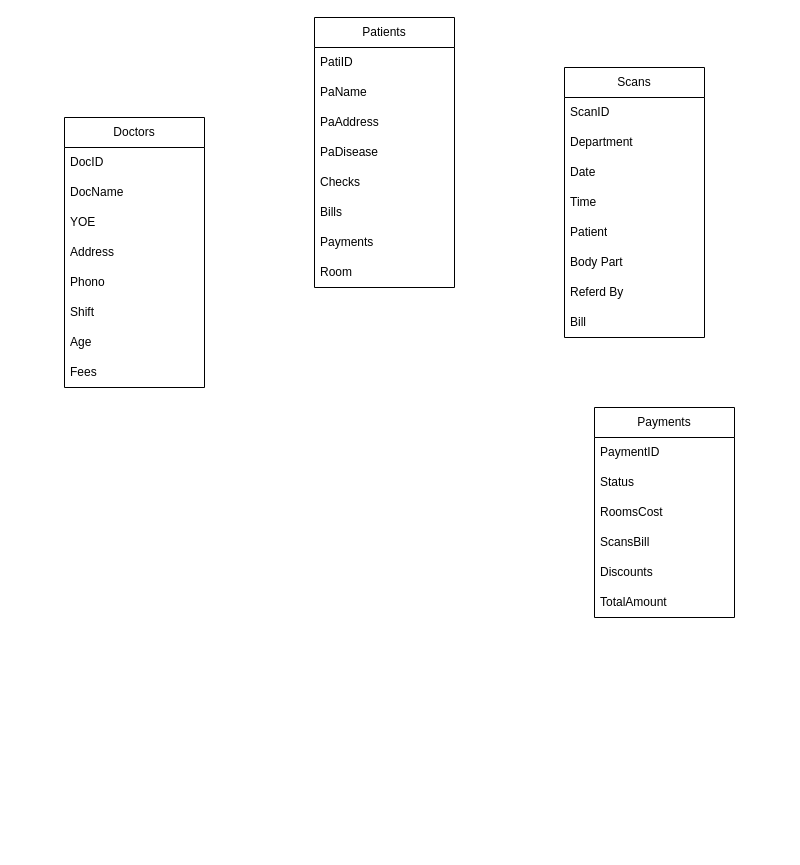
Before: Untitled Diagram.drawio in BDivya251/Test1, a draw.io diagram. Source tidied: cells renumbered, new cells numbered last; positions are measured from the earlier drawing's top-left corner, leaving out a move shared by most shapes. Both pictures are drawn from the tidied source at 100%, with x=0, y=0 at pixel (64, 17).
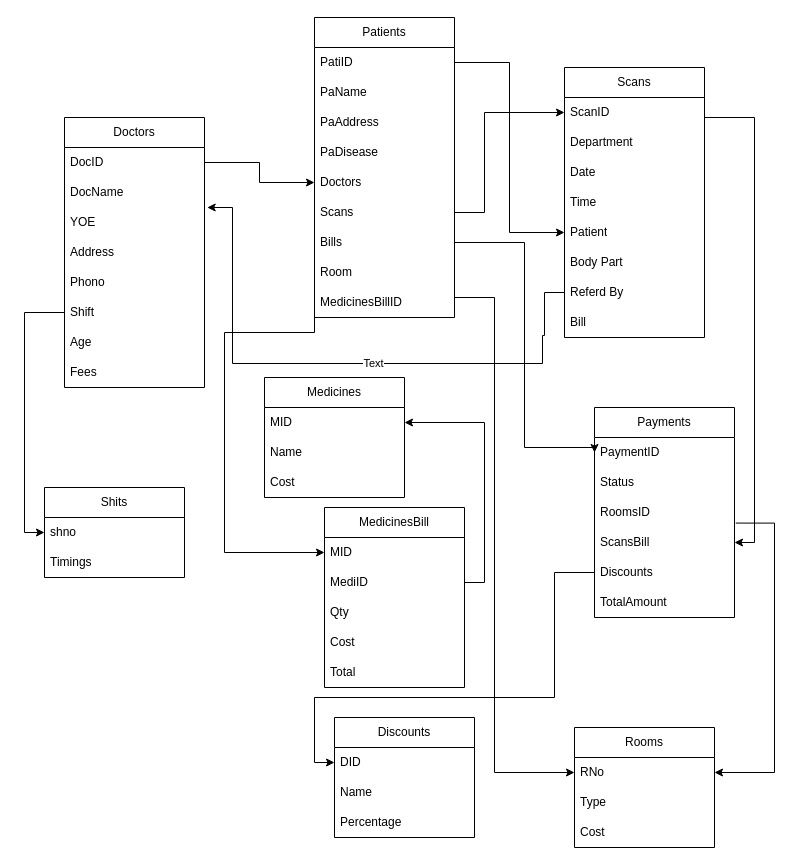
The same page after the edit.

The change refers to these unchanged cells:
```xml
<mxCell id="3" value="DocID" style="text;strokeColor=none;fillColor=none;align=left;verticalAlign=middle;spacingLeft=4;spacingRight=4;overflow=hidden;points=[[0,0.5],[1,0.5]];portConstraint=eastwest;whiteSpace=wrap;html=1;" parent="2" vertex="1">
  <mxGeometry y="30" width="140" height="30" as="geometry" />
</mxCell>
<mxCell id="8" value="Shift" style="text;strokeColor=none;fillColor=none;align=left;verticalAlign=middle;spacingLeft=4;spacingRight=4;overflow=hidden;points=[[0,0.5],[1,0.5]];portConstraint=eastwest;whiteSpace=wrap;html=1;" parent="2" vertex="1">
  <mxGeometry y="180" width="140" height="30" as="geometry" />
</mxCell>
<mxCell id="12" value="PatiID" style="text;strokeColor=none;fillColor=none;align=left;verticalAlign=middle;spacingLeft=4;spacingRight=4;overflow=hidden;points=[[0,0.5],[1,0.5]];portConstraint=eastwest;whiteSpace=wrap;html=1;" parent="11" vertex="1">
  <mxGeometry y="30" width="140" height="30" as="geometry" />
</mxCell>
<mxCell id="21" value="ScanID" style="text;strokeColor=none;fillColor=none;align=left;verticalAlign=middle;spacingLeft=4;spacingRight=4;overflow=hidden;points=[[0,0.5],[1,0.5]];portConstraint=eastwest;whiteSpace=wrap;html=1;" parent="20" vertex="1">
  <mxGeometry y="30" width="140" height="30" as="geometry" />
</mxCell>
<mxCell id="25" value="Patient" style="text;strokeColor=none;fillColor=none;align=left;verticalAlign=middle;spacingLeft=4;spacingRight=4;overflow=hidden;points=[[0,0.5],[1,0.5]];portConstraint=eastwest;whiteSpace=wrap;html=1;" parent="20" vertex="1">
  <mxGeometry y="150" width="140" height="30" as="geometry" />
</mxCell>
<mxCell id="27" value="Referd By&amp;nbsp;" style="text;strokeColor=none;fillColor=none;align=left;verticalAlign=middle;spacingLeft=4;spacingRight=4;overflow=hidden;points=[[0,0.5],[1,0.5]];portConstraint=eastwest;whiteSpace=wrap;html=1;" parent="20" vertex="1">
  <mxGeometry y="210" width="140" height="30" as="geometry" />
</mxCell>
<mxCell id="29" value="Payments" style="swimlane;fontStyle=0;horizontal=1;startSize=30;whiteSpace=wrap;html=1;" parent="1" vertex="1">
  <mxGeometry x="530" y="390" width="140" height="210" as="geometry" />
</mxCell>
<mxCell id="30" value="PaymentID" style="text;strokeColor=none;fillColor=none;align=left;verticalAlign=middle;spacingLeft=4;spacingRight=4;overflow=hidden;points=[[0,0.5],[1,0.5]];portConstraint=eastwest;whiteSpace=wrap;html=1;" parent="29" vertex="1">
  <mxGeometry y="30" width="140" height="30" as="geometry" />
</mxCell>
<mxCell id="33" value="ScansBill" style="text;strokeColor=none;fillColor=none;align=left;verticalAlign=middle;spacingLeft=4;spacingRight=4;overflow=hidden;points=[[0,0.5],[1,0.5]];portConstraint=eastwest;whiteSpace=wrap;html=1;" parent="29" vertex="1">
  <mxGeometry y="120" width="140" height="30" as="geometry" />
</mxCell>
<mxCell id="34" value="Discounts" style="text;strokeColor=none;fillColor=none;align=left;verticalAlign=middle;spacingLeft=4;spacingRight=4;overflow=hidden;points=[[0,0.5],[1,0.5]];portConstraint=eastwest;whiteSpace=wrap;html=1;" parent="29" vertex="1">
  <mxGeometry y="150" width="140" height="30" as="geometry" />
</mxCell>
```

The edit, as a diff of the source:
```diff
@@
     <mxCell id="11" value="Patients" style="swimlane;fontStyle=0;horizontal=1;startSize=30;whiteSpace=wrap;html=1;" parent="1" vertex="1">
-      <mxGeometry x="250" width="140" height="270" as="geometry" />
+      <mxGeometry x="250" width="140" height="300" as="geometry" />
     </mxCell>
@@
+    <mxCell id="36" value="Doctors" style="text;strokeColor=none;fillColor=none;align=left;verticalAlign=middle;spacingLeft=4;spacingRight=4;overflow=hidden;points=[[0,0.5],[1,0.5]];portConstraint=eastwest;whiteSpace=wrap;html=1;" parent="11" vertex="1">
+      <mxGeometry y="150" width="140" height="30" as="geometry" />
+    </mxCell>
-    <mxCell id="16" value="Checks" style="text;strokeColor=none;fillColor=none;align=left;verticalAlign=middle;spacingLeft=4;spacingRight=4;overflow=hidden;points=[[0,0.5],[1,0.5]];portConstraint=eastwest;whiteSpace=wrap;html=1;" parent="11" vertex="1">
-      <mxGeometry y="150" width="140" height="30" as="geometry" />
+    <mxCell id="16" value="Scans" style="text;strokeColor=none;fillColor=none;align=left;verticalAlign=middle;spacingLeft=4;spacingRight=4;overflow=hidden;points=[[0,0.5],[1,0.5]];portConstraint=eastwest;whiteSpace=wrap;html=1;" parent="11" vertex="1">
+      <mxGeometry y="180" width="140" height="30" as="geometry" />
     </mxCell>
     <mxCell id="17" value="Bills" style="text;strokeColor=none;fillColor=none;align=left;verticalAlign=middle;spacingLeft=4;spacingRight=4;overflow=hidden;points=[[0,0.5],[1,0.5]];portConstraint=eastwest;whiteSpace=wrap;html=1;" parent="11" vertex="1">
-      <mxGeometry y="180" width="140" height="30" as="geometry" />
+      <mxGeometry y="210" width="140" height="30" as="geometry" />
     </mxCell>
-    <mxCell id="18" value="Payments" style="text;strokeColor=none;fillColor=none;align=left;verticalAlign=middle;spacingLeft=4;spacingRight=4;overflow=hidden;whiteSpace=wrap;html=1;" parent="11" vertex="1">
-      <mxGeometry y="210" width="140" height="30" as="geometry" />
-    </mxCell>
@@
+    <mxCell id="37" value="MedicinesBillID" style="text;strokeColor=none;fillColor=none;align=left;verticalAlign=middle;spacingLeft=4;spacingRight=4;overflow=hidden;points=[[0,0.5],[1,0.5]];portConstraint=eastwest;whiteSpace=wrap;html=1;" parent="11" vertex="1">
+      <mxGeometry y="270" width="140" height="30" as="geometry" />
+    </mxCell>
@@
-    <mxCell id="32" value="RoomsCost" style="text;strokeColor=none;fillColor=none;align=left;verticalAlign=middle;spacingLeft=4;spacingRight=4;overflow=hidden;points=[[0,0.5],[1,0.5]];portConstraint=eastwest;whiteSpace=wrap;html=1;" parent="29" vertex="1">
+    <mxCell id="32" value="RoomsID" style="text;strokeColor=none;fillColor=none;align=left;verticalAlign=middle;spacingLeft=4;spacingRight=4;overflow=hidden;points=[[0,0.5],[1,0.5]];portConstraint=eastwest;whiteSpace=wrap;html=1;" parent="29" vertex="1">
       <mxGeometry y="90" width="140" height="30" as="geometry" />
     </mxCell>
@@
+    <mxCell id="38" value="Medicines" style="swimlane;fontStyle=0;horizontal=1;startSize=30;whiteSpace=wrap;html=1;" parent="1" vertex="1">
+      <mxGeometry x="200" y="360" width="140" height="120" as="geometry" />
+    </mxCell>
+    <mxCell id="39" value="MID" style="text;strokeColor=none;fillColor=none;align=left;verticalAlign=middle;spacingLeft=4;spacingRight=4;overflow=hidden;points=[[0,0.5],[1,0.5]];portConstraint=eastwest;whiteSpace=wrap;html=1;" parent="38" vertex="1">
+      <mxGeometry y="30" width="140" height="30" as="geometry" />
+    </mxCell>
+    <mxCell id="40" value="Name" style="text;strokeColor=none;fillColor=none;align=left;verticalAlign=middle;spacingLeft=4;spacingRight=4;overflow=hidden;whiteSpace=wrap;html=1;" parent="38" vertex="1">
+      <mxGeometry y="60" width="140" height="30" as="geometry" />
+    </mxCell>
+    <mxCell id="41" value="Cost" style="text;strokeColor=none;fillColor=none;align=left;verticalAlign=middle;spacingLeft=4;spacingRight=4;overflow=hidden;whiteSpace=wrap;html=1;" parent="38" vertex="1">
+      <mxGeometry y="90" width="140" height="30" as="geometry" />
+    </mxCell>
+    <mxCell id="42" value="MedicinesBill" style="swimlane;fontStyle=0;horizontal=1;startSize=30;whiteSpace=wrap;html=1;" parent="1" vertex="1">
+      <mxGeometry x="260" y="490" width="140" height="180" as="geometry" />
+    </mxCell>
+    <mxCell id="43" value="MID" style="text;strokeColor=none;fillColor=none;align=left;verticalAlign=middle;spacingLeft=4;spacingRight=4;overflow=hidden;points=[[0,0.5],[1,0.5]];portConstraint=eastwest;whiteSpace=wrap;html=1;" parent="42" vertex="1">
+      <mxGeometry y="30" width="140" height="30" as="geometry" />
+    </mxCell>
+    <mxCell id="44" value="MediID" style="text;strokeColor=none;fillColor=none;align=left;verticalAlign=middle;spacingLeft=4;spacingRight=4;overflow=hidden;points=[[0,0.5],[1,0.5]];portConstraint=eastwest;whiteSpace=wrap;html=1;" parent="42" vertex="1">
+      <mxGeometry y="60" width="140" height="30" as="geometry" />
+    </mxCell>
+    <mxCell id="45" value="Qty" style="text;strokeColor=none;fillColor=none;align=left;verticalAlign=middle;spacingLeft=4;spacingRight=4;overflow=hidden;whiteSpace=wrap;html=1;" parent="42" vertex="1">
+      <mxGeometry y="90" width="140" height="30" as="geometry" />
+    </mxCell>
+    <mxCell id="46" value="Cost" style="text;strokeColor=none;fillColor=none;align=left;verticalAlign=middle;spacingLeft=4;spacingRight=4;overflow=hidden;whiteSpace=wrap;html=1;" parent="42" vertex="1">
+      <mxGeometry y="120" width="140" height="30" as="geometry" />
+    </mxCell>
+    <mxCell id="47" value="Total" style="text;strokeColor=none;fillColor=none;align=left;verticalAlign=middle;spacingLeft=4;spacingRight=4;overflow=hidden;whiteSpace=wrap;html=1;" parent="42" vertex="1">
+      <mxGeometry y="150" width="140" height="30" as="geometry" />
+    </mxCell>
+    <mxCell id="48" value="Discounts" style="swimlane;fontStyle=0;horizontal=1;startSize=30;whiteSpace=wrap;html=1;" parent="1" vertex="1">
+      <mxGeometry x="270" y="700" width="140" height="120" as="geometry" />
+    </mxCell>
+    <mxCell id="49" value="DID" style="text;strokeColor=none;fillColor=none;align=left;verticalAlign=middle;spacingLeft=4;spacingRight=4;overflow=hidden;points=[[0,0.5],[1,0.5]];portConstraint=eastwest;whiteSpace=wrap;html=1;" parent="48" vertex="1">
+      <mxGeometry y="30" width="140" height="30" as="geometry" />
+    </mxCell>
+    <mxCell id="50" value="Name" style="text;strokeColor=none;fillColor=none;align=left;verticalAlign=middle;spacingLeft=4;spacingRight=4;overflow=hidden;whiteSpace=wrap;html=1;" parent="48" vertex="1">
+      <mxGeometry y="60" width="140" height="30" as="geometry" />
+    </mxCell>
+    <mxCell id="51" value="Percentage" style="text;strokeColor=none;fillColor=none;align=left;verticalAlign=middle;spacingLeft=4;spacingRight=4;overflow=hidden;whiteSpace=wrap;html=1;" parent="48" vertex="1">
+      <mxGeometry y="90" width="140" height="30" as="geometry" />
+    </mxCell>
+    <mxCell id="52" value="Rooms" style="swimlane;fontStyle=0;horizontal=1;startSize=30;whiteSpace=wrap;html=1;" parent="1" vertex="1">
+      <mxGeometry x="510" y="710" width="140" height="120" as="geometry" />
+    </mxCell>
+    <mxCell id="53" value="RNo" style="text;strokeColor=none;fillColor=none;align=left;verticalAlign=middle;spacingLeft=4;spacingRight=4;overflow=hidden;points=[[0,0.5],[1,0.5]];portConstraint=eastwest;whiteSpace=wrap;html=1;" parent="52" vertex="1">
+      <mxGeometry y="30" width="140" height="30" as="geometry" />
+    </mxCell>
+    <mxCell id="54" value="Type" style="text;strokeColor=none;fillColor=none;align=left;verticalAlign=middle;spacingLeft=4;spacingRight=4;overflow=hidden;whiteSpace=wrap;html=1;" parent="52" vertex="1">
+      <mxGeometry y="60" width="140" height="30" as="geometry" />
+    </mxCell>
+    <mxCell id="55" value="Cost" style="text;strokeColor=none;fillColor=none;align=left;verticalAlign=middle;spacingLeft=4;spacingRight=4;overflow=hidden;whiteSpace=wrap;html=1;" parent="52" vertex="1">
+      <mxGeometry y="90" width="140" height="30" as="geometry" />
+    </mxCell>
+    <mxCell id="56" value="Shits" style="swimlane;fontStyle=0;horizontal=1;startSize=30;whiteSpace=wrap;html=1;" parent="1" vertex="1">
+      <mxGeometry x="-20" y="470" width="140" height="90" as="geometry" />
+    </mxCell>
+    <mxCell id="57" value="shno" style="text;strokeColor=none;fillColor=none;align=left;verticalAlign=middle;spacingLeft=4;spacingRight=4;overflow=hidden;points=[[0,0.5],[1,0.5]];portConstraint=eastwest;whiteSpace=wrap;html=1;" parent="56" vertex="1">
+      <mxGeometry y="30" width="140" height="30" as="geometry" />
+    </mxCell>
+    <mxCell id="58" value="Timings" style="text;strokeColor=none;fillColor=none;align=left;verticalAlign=middle;spacingLeft=4;spacingRight=4;overflow=hidden;whiteSpace=wrap;html=1;" parent="56" vertex="1">
+      <mxGeometry y="60" width="140" height="30" as="geometry" />
+    </mxCell>
+    <mxCell id="59" style="edgeStyle=orthogonalEdgeStyle;rounded=0;jettySize=auto;html=1;exitX=1;exitY=0.5;exitDx=0;exitDy=0;entryX=0;entryY=0.5;entryDx=0;entryDy=0;" parent="1" edge="1" source="3" target="36">
+      <mxGeometry relative="1" as="geometry" />
+    </mxCell>
+    <mxCell id="60" style="edgeStyle=orthogonalEdgeStyle;rounded=0;jettySize=auto;html=1;exitX=1;exitY=0.5;exitDx=0;exitDy=0;entryX=0;entryY=0.5;entryDx=0;entryDy=0;" parent="1" edge="1" source="17" target="30">
+      <mxGeometry relative="1" as="geometry">
+        <Array as="points">
+          <mxPoint x="460" y="225" />
+          <mxPoint x="460" y="430" />
+          <mxPoint x="530" y="430" />
+        </Array>
+      </mxGeometry>
+    </mxCell>
+    <mxCell id="61" style="edgeStyle=orthogonalEdgeStyle;rounded=0;jettySize=auto;html=1;entryX=0;entryY=0.5;entryDx=0;entryDy=0;" parent="1" edge="1" target="53">
+      <mxGeometry relative="1" as="geometry">
+        <mxPoint x="390" y="280" as="sourcePoint" />
+        <Array as="points">
+          <mxPoint x="430" y="280" />
+          <mxPoint x="430" y="755" />
+        </Array>
+      </mxGeometry>
+    </mxCell>
+    <mxCell id="62" style="edgeStyle=orthogonalEdgeStyle;rounded=0;jettySize=auto;html=1;entryX=0;entryY=0.5;entryDx=0;entryDy=0;exitX=1;exitY=0.5;exitDx=0;exitDy=0;" parent="1" edge="1" source="16" target="21">
+      <mxGeometry relative="1" as="geometry">
+        <Array as="points">
+          <mxPoint x="420" y="195" />
+          <mxPoint x="420" y="95" />
+        </Array>
+      </mxGeometry>
+    </mxCell>
+    <mxCell id="63" style="edgeStyle=orthogonalEdgeStyle;rounded=0;jettySize=auto;html=1;exitX=0;exitY=0.5;exitDx=0;exitDy=0;entryX=0;entryY=0.5;entryDx=0;entryDy=0;" parent="1" edge="1" source="8" target="57">
+      <mxGeometry relative="1" as="geometry" />
+    </mxCell>
+    <mxCell id="64" style="edgeStyle=orthogonalEdgeStyle;rounded=0;jettySize=auto;html=1;exitX=1;exitY=0.5;exitDx=0;exitDy=0;entryX=0;entryY=0.5;entryDx=0;entryDy=0;" parent="1" edge="1" source="12" target="25">
+      <mxGeometry relative="1" as="geometry" />
+    </mxCell>
+    <mxCell id="65" style="edgeStyle=orthogonalEdgeStyle;rounded=0;jettySize=auto;html=1;entryX=1;entryY=0.5;entryDx=0;entryDy=0;" parent="1" edge="1" target="33">
+      <mxGeometry relative="1" as="geometry">
+        <mxPoint x="640" y="110" as="sourcePoint" />
+        <Array as="points">
+          <mxPoint x="640" y="100" />
+          <mxPoint x="690" y="100" />
+          <mxPoint x="690" y="525" />
+        </Array>
+      </mxGeometry>
+    </mxCell>
+    <mxCell id="66" style="edgeStyle=orthogonalEdgeStyle;rounded=0;jettySize=auto;html=1;exitX=1.009;exitY=0.853;exitDx=0;exitDy=0;entryX=1;entryY=0.5;entryDx=0;entryDy=0;exitPerimeter=0;" parent="1" edge="1" source="32" target="53">
+      <mxGeometry relative="1" as="geometry">
+        <Array as="points">
+          <mxPoint x="710" y="506" />
+          <mxPoint x="710" y="755" />
+        </Array>
+      </mxGeometry>
+    </mxCell>
+    <mxCell id="67" style="edgeStyle=orthogonalEdgeStyle;rounded=0;jettySize=auto;html=1;exitX=0;exitY=0.5;exitDx=0;exitDy=0;entryX=0;entryY=0.5;entryDx=0;entryDy=0;" parent="1" edge="1" source="34" target="49">
+      <mxGeometry relative="1" as="geometry">
+        <Array as="points">
+          <mxPoint x="490" y="555" />
+          <mxPoint x="490" y="680" />
+          <mxPoint x="250" y="680" />
+          <mxPoint x="250" y="745" />
+        </Array>
+      </mxGeometry>
+    </mxCell>
+    <mxCell id="68" style="edgeStyle=orthogonalEdgeStyle;rounded=0;jettySize=auto;html=1;exitX=0;exitY=0.5;exitDx=0;exitDy=0;entryX=1.036;entryY=0.786;entryDx=0;entryDy=0;entryPerimeter=0;" parent="1" edge="1" source="27">
+      <mxGeometry relative="1" as="geometry">
+        <mxPoint x="142.7" y="190" as="targetPoint" />
+        <Array as="points">
+          <mxPoint x="480" y="275" />
+          <mxPoint x="480" y="318" />
+          <mxPoint x="478" y="318" />
+          <mxPoint x="478" y="346" />
+          <mxPoint x="168" y="346" />
+          <mxPoint x="168" y="190" />
+        </Array>
+      </mxGeometry>
+    </mxCell>
+    <mxCell id="69" value="Text" style="edgeLabel;html=1;align=center;verticalAlign=middle;" parent="68" vertex="1">
+      <mxGeometry x="-0.1" y="-1" relative="1" as="geometry" />
+    </mxCell>
+    <mxCell id="70" style="edgeStyle=orthogonalEdgeStyle;rounded=0;jettySize=auto;html=1;exitX=0;exitY=0.5;exitDx=0;exitDy=0;entryX=0;entryY=0.5;entryDx=0;entryDy=0;" parent="1" edge="1" source="37" target="43">
+      <mxGeometry relative="1" as="geometry">
+        <Array as="points">
+          <mxPoint x="160" y="315" />
+          <mxPoint x="160" y="535" />
+        </Array>
+      </mxGeometry>
+    </mxCell>
+    <mxCell id="71" style="edgeStyle=orthogonalEdgeStyle;rounded=0;jettySize=auto;html=1;exitX=1;exitY=0.5;exitDx=0;exitDy=0;entryX=1;entryY=0.5;entryDx=0;entryDy=0;" parent="1" edge="1" source="44" target="39">
+      <mxGeometry relative="1" as="geometry" />
+    </mxCell>
```
